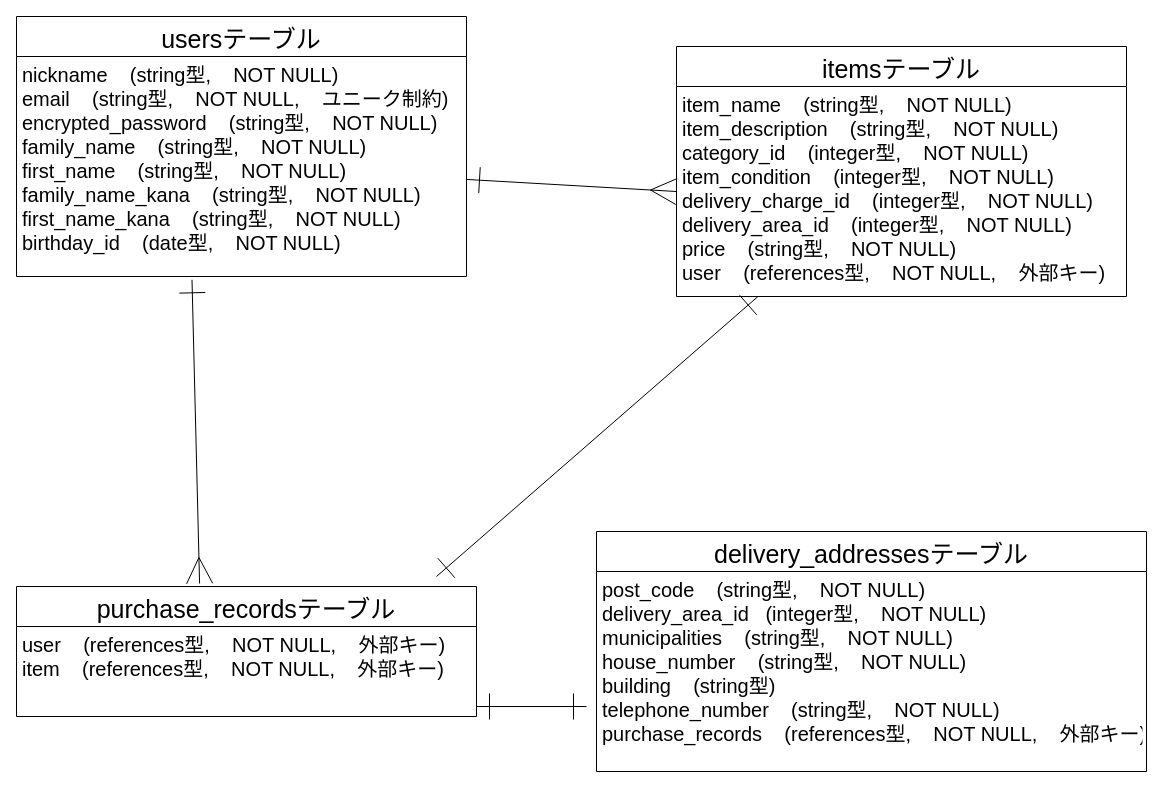
mth3428/furima-38429 keeps this draw.io diagram as furima-38429.dio. Above is the earlier version. Source tidied: cells renumbered, new cells numbered last; positions are measured from the earlier drawing's top-left corner, leaving out a move shared by most shapes. Both pictures are drawn from the tidied source at 100%, with x=0, y=0 at pixel (16, 16).
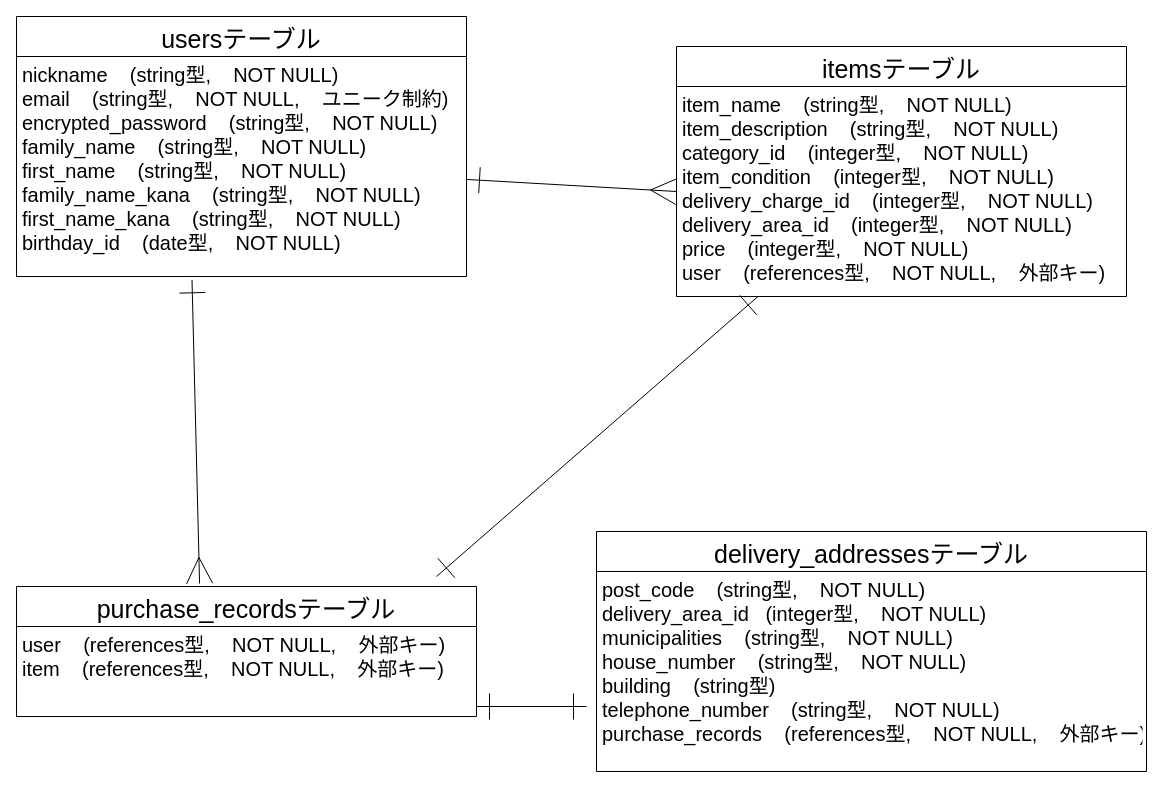
After the change.

Commit message (it also covers changes not shown here):
READMEとER図の編集

Change to the diagram source:
```diff
@@
 <mxGraphModel>
   <root>
     <mxCell id="0" />
     <mxCell id="1" parent="0" />
     <mxCell id="2" value="usersテーブル" style="swimlane;fontStyle=0;horizontal=1;startSize=40;align=center;fontSize=25;" parent="1" vertex="1">
       <mxGeometry width="450" height="260" as="geometry" />
     </mxCell>
     <mxCell id="3" value="nickname    (string型,    NOT NULL)&#10;email    (string型,    NOT NULL,    ユニーク制約)&#10;encrypted_password    (string型,    NOT NULL)&#10;family_name    (string型,    NOT NULL)&#10;first_name    (string型,    NOT NULL)&#10;family_name_kana    (string型,    NOT NULL)&#10;first_name_kana    (string型,    NOT NULL)&#10;birthday_id    (date型,    NOT NULL)&#10;" style="text;strokeColor=none;fillColor=none;spacingLeft=4;spacingRight=4;overflow=hidden;points=[[0,0.5],[1,0.5]];portConstraint=eastwest;fontSize=20;" parent="2" vertex="1">
       <mxGeometry y="40" width="450" height="220" as="geometry" />
     </mxCell>
     <mxCell id="4" style="edgeStyle=none;html=1;fontSize=17;startArrow=ERone;startFill=0;endArrow=ERone;endFill=0;startSize=24;endSize=24;strokeWidth=1;" parent="1" edge="1" source="5">
       <mxGeometry relative="1" as="geometry">
         <mxPoint x="420" y="560" as="targetPoint" />
       </mxGeometry>
     </mxCell>
     <mxCell id="5" value="itemsテーブル" style="swimlane;fontStyle=0;horizontal=1;startSize=40;align=center;fontSize=25;" parent="1" vertex="1">
       <mxGeometry x="660" y="30" width="450" height="250" as="geometry" />
     </mxCell>
-    <mxCell id="6" value="item_name    (string型,    NOT NULL)&#10;item_description    (string型,    NOT NULL)&#10;category_id    (integer型,    NOT NULL)&#10;item_condition    (integer型,    NOT NULL)&#10;delivery_charge_id    (integer型,    NOT NULL)&#10;delivery_area_id    (integer型,    NOT NULL)&#10;price    (string型,    NOT NULL)&#10;user    (references型,    NOT NULL,    外部キー)&#10;&#10;" style="text;strokeColor=none;fillColor=none;spacingLeft=4;spacingRight=4;overflow=hidden;points=[[0,0.5],[1,0.5]];portConstraint=eastwest;fontSize=20;" parent="5" vertex="1">
+    <mxCell id="6" value="item_name    (string型,    NOT NULL)&#10;item_description    (string型,    NOT NULL)&#10;category_id    (integer型,    NOT NULL)&#10;item_condition    (integer型,    NOT NULL)&#10;delivery_charge_id    (integer型,    NOT NULL)&#10;delivery_area_id    (integer型,    NOT NULL)&#10;price    (integer型,    NOT NULL)&#10;user    (references型,    NOT NULL,    外部キー)&#10;&#10;" style="text;strokeColor=none;fillColor=none;spacingLeft=4;spacingRight=4;overflow=hidden;points=[[0,0.5],[1,0.5]];portConstraint=eastwest;fontSize=20;" parent="5" vertex="1">
       <mxGeometry y="40" width="450" height="210" as="geometry" />
     </mxCell>
     <mxCell id="7" value="purchase_recordsテーブル" style="swimlane;fontStyle=0;horizontal=1;startSize=40;align=center;fontSize=25;" parent="1" vertex="1">
       <mxGeometry y="570" width="460" height="130" as="geometry" />
     </mxCell>
     <mxCell id="8" value="user    (references型,    NOT NULL,    外部キー)&#10;item    (references型,    NOT NULL,    外部キー)&#10;" style="text;strokeColor=none;fillColor=none;spacingLeft=4;spacingRight=4;overflow=hidden;fontSize=20;" parent="7" vertex="1">
       <mxGeometry y="40" width="460" height="90" as="geometry" />
     </mxCell>
     <mxCell id="9" value="delivery_addressesテーブル" style="swimlane;fontStyle=0;horizontal=1;startSize=40;align=center;fontSize=25;" parent="1" vertex="1">
       <mxGeometry x="580" y="515" width="550" height="240" as="geometry" />
     </mxCell>
     <mxCell id="10" value="post_code    (string型,    NOT NULL)&#10;delivery_area_id   (integer型,    NOT NULL)&#10;municipalities    (string型,    NOT NULL)&#10;house_number    (string型,    NOT NULL)&#10;building    (string型)&#10;telephone_number    (string型,    NOT NULL)&#10;purchase_records    (references型,    NOT NULL,    外部キー)" style="text;strokeColor=none;fillColor=none;spacingLeft=4;spacingRight=4;overflow=hidden;fontSize=20;" parent="9" vertex="1">
       <mxGeometry y="40" width="550" height="200" as="geometry" />
     </mxCell>
     <mxCell id="11" style="edgeStyle=none;html=1;entryX=0;entryY=0.5;entryDx=0;entryDy=0;fontSize=17;endArrow=ERmany;endFill=0;startArrow=ERone;startFill=0;strokeWidth=1;endSize=24;startSize=24;" parent="1" edge="1" source="3" target="6">
       <mxGeometry relative="1" as="geometry" />
     </mxCell>
     <mxCell id="12" style="edgeStyle=none;html=1;entryX=0.398;entryY=-0.023;entryDx=0;entryDy=0;fontSize=17;endArrow=ERmany;endFill=0;startArrow=ERone;startFill=0;strokeWidth=1;endSize=24;startSize=24;entryPerimeter=0;exitX=0.39;exitY=1.015;exitDx=0;exitDy=0;exitPerimeter=0;" parent="1" edge="1" source="3" target="7">
       <mxGeometry relative="1" as="geometry" />
     </mxCell>
     <mxCell id="13" style="edgeStyle=none;html=1;fontSize=17;startArrow=ERone;startFill=0;endArrow=ERone;endFill=0;startSize=24;endSize=24;strokeWidth=1;" parent="1" edge="1">
       <mxGeometry relative="1" as="geometry">
         <mxPoint x="570" y="690" as="sourcePoint" />
         <mxPoint x="460" y="690" as="targetPoint" />
       </mxGeometry>
     </mxCell>
   </root>
 </mxGraphModel>
```
